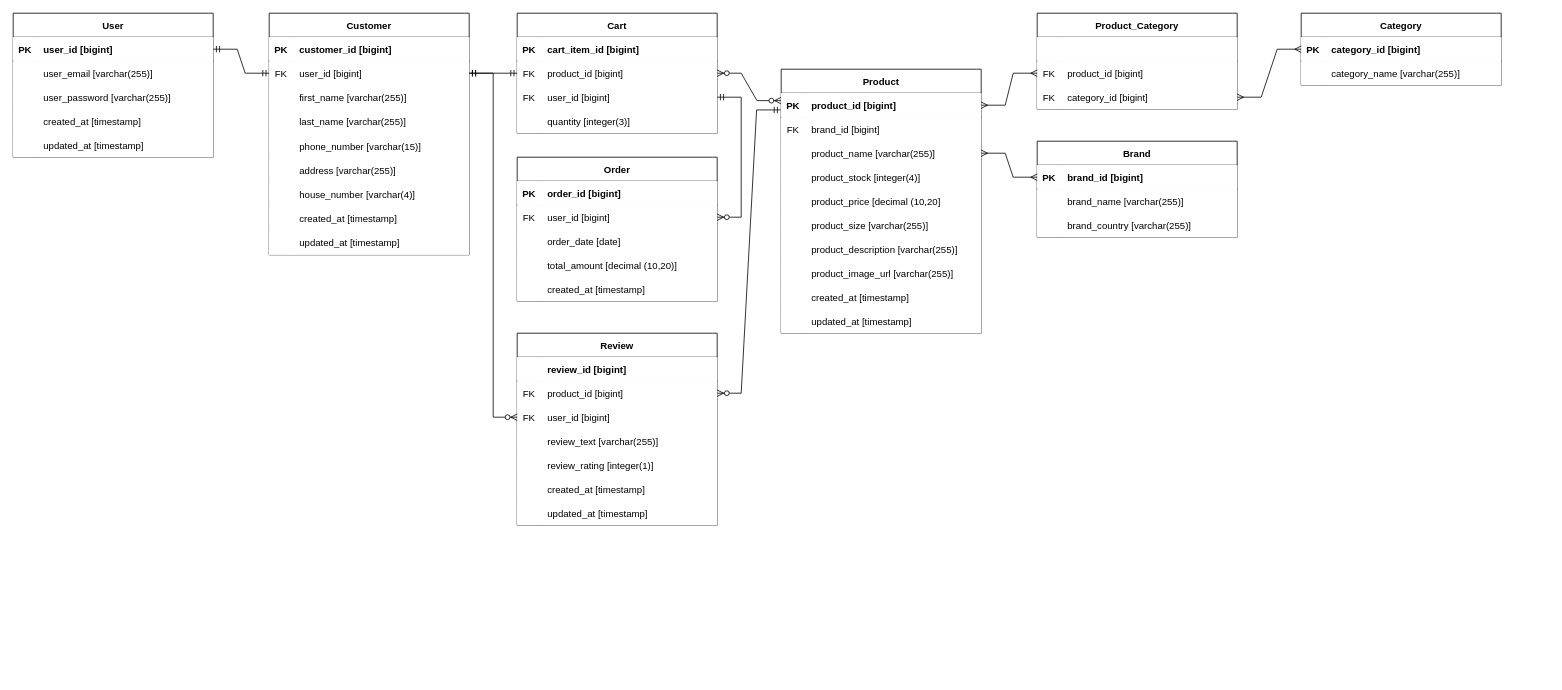
Above: page "ERD" (1 of 2) of docs/Lumina_ERD.drawio in nicholasreinaldo/LuminaEcommerce (draw.io), before the change. Source tidied: cells renumbered, new cells numbered last; positions are measured from the earlier drawing's top-left corner, leaving out a move shared by most shapes. Both pictures are drawn from the tidied source at 80%, with x=0, y=0 at pixel (13, 13).
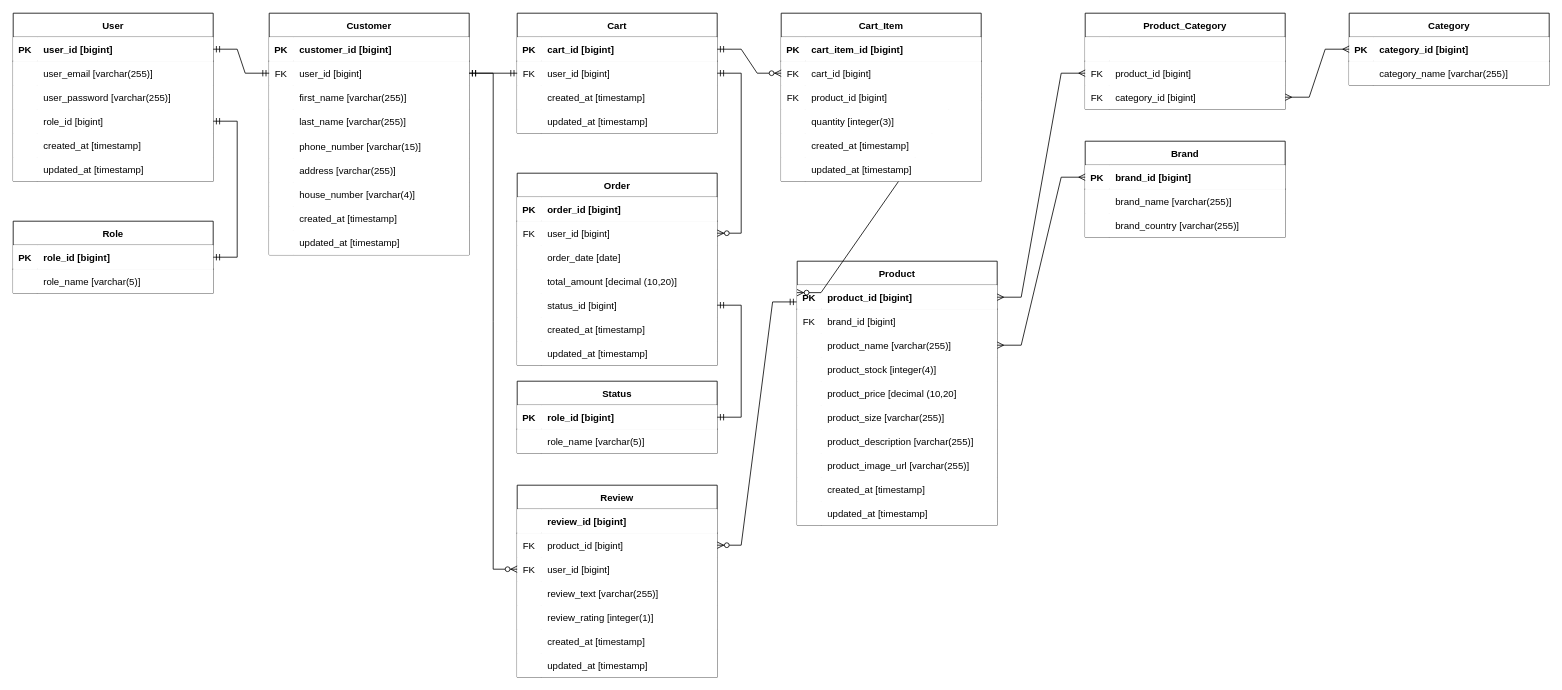
After the change.

The change refers to these unchanged cells:
```xml
<mxCell id="6" style="shape=partialRectangle;fillColor=#FFFFFF;points=[[0,0.5],[1,0.5]];portConstraint=eastwest;top=0;left=0;right=0;bottom=0;" parent="2" vertex="1">
  <mxGeometry y="60" width="250" height="30" as="geometry" />
</mxCell>
<mxCell id="31" style="shape=partialRectangle;fillColor=#FFFFFF;points=[[0,0.5],[1,0.5]];portConstraint=eastwest;top=0;left=0;right=0;bottom=1;" parent="30" vertex="1">
  <mxGeometry y="30" width="250" height="30" as="geometry" />
</mxCell>
<mxCell id="129" value="Cart" style="shape=table;startSize=30;childLayout=tableLayout;rowLines=0;fontStyle=1;align=center;fillColor=#FFFFFF;" parent="1" vertex="1">
  <mxGeometry x="630" width="250" height="150" as="geometry" />
</mxCell>
<mxCell id="130" style="shape=partialRectangle;fillColor=#FFFFFF;points=[[0,0.5],[1,0.5]];portConstraint=eastwest;top=0;left=0;right=0;bottom=1;" parent="129" vertex="1">
  <mxGeometry y="30" width="250" height="30" as="geometry" />
</mxCell>
```

Diff of the diagram source:
```diff
@@
     <mxCell id="30" value="Product" style="shape=table;startSize=30;childLayout=tableLayout;rowLines=0;fontStyle=1;align=center;fillColor=#FFFFFF;" parent="1" vertex="1">
-      <mxGeometry x="960" y="70" width="250" height="330" as="geometry" />
+      <mxGeometry x="980" y="310" width="250" height="330" as="geometry" />
     </mxCell>
@@
     <mxCell id="61" value="User" style="shape=table;startSize=30;childLayout=tableLayout;rowLines=0;fontStyle=1;align=center;fillColor=#FFFFFF;" parent="1" vertex="1">
-      <mxGeometry width="250" height="180" as="geometry" />
+      <mxGeometry width="250" height="210" as="geometry" />
     </mxCell>
@@
+    <mxCell id="164" style="shape=partialRectangle;fillColor=#FFFFFF;points=[[0,0.5],[1,0.5]];portConstraint=eastwest;top=0;left=0;right=0;bottom=0;" parent="61" vertex="1">
+      <mxGeometry y="120" width="250" height="30" as="geometry" />
+    </mxCell>
+    <mxCell id="165" style="shape=partialRectangle;overflow=hidden;fillColor=#FFFFFF;top=0;left=0;bottom=0;right=0;" parent="164" vertex="1">
+      <mxGeometry width="30" height="30" as="geometry" />
+    </mxCell>
+    <mxCell id="166" value="role_id [bigint]" style="shape=partialRectangle;overflow=hidden;fillColor=#FFFFFF;top=0;left=0;bottom=0;right=0;align=left;spacingLeft=6;" parent="164" vertex="1">
+      <mxGeometry x="30" width="220" height="30" as="geometry" />
+    </mxCell>
     <mxCell id="71" style="shape=partialRectangle;fillColor=#FFFFFF;top=0;left=0;right=0;bottom=0;" parent="61" vertex="1">
-      <mxGeometry y="120" width="250" height="30" as="geometry" />
+      <mxGeometry y="150" width="250" height="30" as="geometry" />
     </mxCell>
@@
     <mxCell id="74" style="shape=partialRectangle;fillColor=#FFFFFF;top=0;left=0;right=0;bottom=0;" parent="61" vertex="1">
-      <mxGeometry y="150" width="250" height="30" as="geometry" />
+      <mxGeometry y="180" width="250" height="30" as="geometry" />
     </mxCell>
@@
     <mxCell id="78" value="Category" style="shape=table;startSize=30;childLayout=tableLayout;rowLines=0;fontStyle=1;align=center;fillColor=#FFFFFF;" parent="1" vertex="1">
-      <mxGeometry x="1610" width="250" height="90" as="geometry" />
+      <mxGeometry x="1670" width="250" height="90" as="geometry" />
     </mxCell>
@@
     <mxCell id="85" value="Product_Category" style="shape=table;startSize=30;childLayout=tableLayout;rowLines=0;fontStyle=1;align=center;fillColor=#FFFFFF;" parent="1" vertex="1">
-      <mxGeometry x="1280" width="250" height="120" as="geometry" />
+      <mxGeometry x="1340" width="250" height="120" as="geometry" />
     </mxCell>
@@
     <mxCell id="97" value="Review" style="shape=table;startSize=30;childLayout=tableLayout;rowLines=0;fontStyle=1;align=center;fillColor=#FFFFFF;" parent="1" vertex="1">
-      <mxGeometry x="630" y="400" width="250" height="240" as="geometry" />
+      <mxGeometry x="630" y="590" width="250" height="240" as="geometry" />
     </mxCell>
@@
     <mxCell id="119" value="Brand" style="shape=table;startSize=30;childLayout=tableLayout;rowLines=0;fontStyle=1;align=center;fillColor=#FFFFFF;" parent="1" vertex="1">
-      <mxGeometry x="1280" y="160" width="250" height="120" as="geometry" />
+      <mxGeometry x="1340" y="160" width="250" height="120" as="geometry" />
     </mxCell>
@@
-    <mxCell id="132" value="cart_item_id [bigint]" style="shape=partialRectangle;overflow=hidden;fillColor=#FFFFFF;top=0;left=0;bottom=0;right=0;align=left;spacingLeft=6;fontStyle=1;" parent="130" vertex="1">
+    <mxCell id="132" value="cart_id [bigint]" style="shape=partialRectangle;overflow=hidden;fillColor=#FFFFFF;top=0;left=0;bottom=0;right=0;align=left;spacingLeft=6;fontStyle=1;" parent="130" vertex="1">
       <mxGeometry x="30" width="220" height="30" as="geometry" />
     </mxCell>
-    <mxCell id="133" style="shape=partialRectangle;fillColor=#FFFFFF;points=[[0,0.5],[1,0.5]];portConstraint=eastwest;top=0;left=0;right=0;bottom=0;" parent="129" vertex="1">
-      <mxGeometry y="60" width="250" height="30" as="geometry" />
-    </mxCell>
-    <mxCell id="134" value="FK" style="shape=partialRectangle;overflow=hidden;fillColor=#FFFFFF;top=0;left=0;bottom=0;right=0;" parent="133" vertex="1">
-      <mxGeometry width="30" height="30" as="geometry" />
-    </mxCell>
-    <mxCell id="135" value="product_id [bigint]" style="shape=partialRectangle;overflow=hidden;fillColor=#FFFFFF;top=0;left=0;bottom=0;right=0;align=left;spacingLeft=6;" parent="133" vertex="1">
-      <mxGeometry x="30" width="220" height="30" as="geometry" />
-    </mxCell>
     <mxCell id="136" style="shape=partialRectangle;fillColor=#FFFFFF;points=[[0,0.5],[1,0.5]];portConstraint=eastwest;top=0;left=0;right=0;bottom=0;" parent="129" vertex="1">
-      <mxGeometry y="90" width="250" height="30" as="geometry" />
+      <mxGeometry y="60" width="250" height="30" as="geometry" />
     </mxCell>
@@
     <mxCell id="139" style="shape=partialRectangle;fillColor=#FFFFFF;top=0;left=0;right=0;bottom=0;" parent="129" vertex="1">
-      <mxGeometry y="120" width="250" height="30" as="geometry" />
+      <mxGeometry y="90" width="250" height="30" as="geometry" />
     </mxCell>
@@
-    <mxCell id="141" value="quantity [integer(3)]" style="shape=partialRectangle;overflow=hidden;fillColor=#FFFFFF;top=0;left=0;bottom=0;right=0;align=left;spacingLeft=6;" parent="139" vertex="1">
+    <mxCell id="141" value="created_at [timestamp]" style="shape=partialRectangle;overflow=hidden;fillColor=#FFFFFF;top=0;left=0;bottom=0;right=0;align=left;spacingLeft=6;" parent="139" vertex="1">
       <mxGeometry x="30" width="220" height="30" as="geometry" />
     </mxCell>
+    <mxCell id="167" style="shape=partialRectangle;fillColor=#FFFFFF;top=0;left=0;right=0;bottom=0;" parent="129" vertex="1">
+      <mxGeometry y="120" width="250" height="30" as="geometry" />
+    </mxCell>
+    <mxCell id="168" style="shape=partialRectangle;overflow=hidden;fillColor=#FFFFFF;top=0;left=0;bottom=0;right=0;" parent="167" vertex="1">
+      <mxGeometry width="30" height="30" as="geometry" />
+    </mxCell>
+    <mxCell id="169" value="updated_at [timestamp]" style="shape=partialRectangle;overflow=hidden;fillColor=#FFFFFF;top=0;left=0;bottom=0;right=0;align=left;spacingLeft=6;" parent="167" vertex="1">
+      <mxGeometry x="30" width="220" height="30" as="geometry" />
+    </mxCell>
     <mxCell id="142" value="Order" style="shape=table;startSize=30;childLayout=tableLayout;rowLines=0;fontStyle=1;align=center;fillColor=#FFFFFF;" parent="1" vertex="1">
-      <mxGeometry x="630" y="180" width="250" height="180" as="geometry" />
+      <mxGeometry x="630" y="200" width="250" height="240" as="geometry" />
     </mxCell>
@@
+    <mxCell id="170" style="shape=partialRectangle;fillColor=#FFFFFF;points=[[0,0.5],[1,0.5]];portConstraint=eastwest;top=0;left=0;right=0;bottom=0;" parent="142" vertex="1">
+      <mxGeometry y="150" width="250" height="30" as="geometry" />
+    </mxCell>
+    <mxCell id="171" style="shape=partialRectangle;overflow=hidden;fillColor=#FFFFFF;top=0;left=0;bottom=0;right=0;" parent="170" vertex="1">
+      <mxGeometry width="30" height="30" as="geometry" />
+    </mxCell>
+    <mxCell id="172" value="status_id [bigint]" style="shape=partialRectangle;overflow=hidden;fillColor=#FFFFFF;top=0;left=0;bottom=0;right=0;align=left;spacingLeft=6;" parent="170" vertex="1">
+      <mxGeometry x="30" width="220" height="30" as="geometry" />
+    </mxCell>
+    <mxCell id="173" style="shape=partialRectangle;fillColor=#FFFFFF;top=0;left=0;right=0;bottom=0;" parent="142" vertex="1">
+      <mxGeometry y="180" width="250" height="30" as="geometry" />
+    </mxCell>
+    <mxCell id="174" style="shape=partialRectangle;overflow=hidden;fillColor=#FFFFFF;top=0;left=0;bottom=0;right=0;" parent="173" vertex="1">
+      <mxGeometry width="30" height="30" as="geometry" />
+    </mxCell>
+    <mxCell id="175" value="created_at [timestamp]" style="shape=partialRectangle;overflow=hidden;fillColor=#FFFFFF;top=0;left=0;bottom=0;right=0;align=left;spacingLeft=6;" parent="173" vertex="1">
+      <mxGeometry x="30" width="220" height="30" as="geometry" />
+    </mxCell>
     <mxCell id="155" style="shape=partialRectangle;fillColor=#FFFFFF;top=0;left=0;right=0;bottom=0;" parent="142" vertex="1">
-      <mxGeometry y="150" width="250" height="30" as="geometry" />
+      <mxGeometry y="210" width="250" height="30" as="geometry" />
     </mxCell>
@@
-    <mxCell id="157" value="created_at [timestamp]" style="shape=partialRectangle;overflow=hidden;fillColor=#FFFFFF;top=0;left=0;bottom=0;right=0;align=left;spacingLeft=6;" parent="155" vertex="1">
+    <mxCell id="157" value="updated_at [timestamp]" style="shape=partialRectangle;overflow=hidden;fillColor=#FFFFFF;top=0;left=0;bottom=0;right=0;align=left;spacingLeft=6;" parent="155" vertex="1">
       <mxGeometry x="30" width="220" height="30" as="geometry" />
     </mxCell>
@@
-    <mxCell id="159" style="edgeStyle=entityRelationEdgeStyle;fontSize=12;html=1;endArrow=ERmandOne;startArrow=ERmandOne;rounded=0;entryX=0;entryY=0.5;entryDx=0;entryDy=0;" parent="1" edge="1" source="6" target="129">
+    <mxCell id="159" style="edgeStyle=entityRelationEdgeStyle;fontSize=12;html=1;endArrow=ERmandOne;startArrow=ERmandOne;rounded=0;entryX=0;entryY=0.5;entryDx=0;entryDy=0;" parent="1" edge="1" source="6" target="136">
       <mxGeometry relative="1" as="geometry" />
     </mxCell>
@@
-    <mxCell id="162" style="edgeStyle=entityRelationEdgeStyle;fontSize=12;html=1;endArrow=ERzeroToMany;endFill=1;startArrow=ERzeroToMany;rounded=0;exitX=1;exitY=0.5;exitDx=0;exitDy=0;entryX=-0.001;entryY=0.31;entryDx=0;entryDy=0;entryPerimeter=0;" parent="1" edge="1" source="133" target="31">
-      <mxGeometry relative="1" as="geometry" />
+    <mxCell id="162" style="edgeStyle=entityRelationEdgeStyle;fontSize=12;html=1;endArrow=ERzeroToMany;endFill=1;startArrow=ERzeroToMany;rounded=0;exitX=1;exitY=0.5;exitDx=0;exitDy=0;entryX=-0.001;entryY=0.31;entryDx=0;entryDy=0;entryPerimeter=0;" parent="1" edge="1" source="199" target="31">
+      <mxGeometry relative="1" as="geometry">
+        <Array as="points">
+          <mxPoint x="1240" y="160" />
+          <mxPoint x="940" y="230" />
+          <mxPoint x="1290" y="160" />
+        </Array>
+      </mxGeometry>
     </mxCell>
@@
+    <mxCell id="176" value="Role" style="shape=table;startSize=30;childLayout=tableLayout;rowLines=0;fontStyle=1;align=center;fillColor=#FFFFFF;" parent="1" vertex="1">
+      <mxGeometry y="260" width="250" height="90" as="geometry" />
+    </mxCell>
+    <mxCell id="177" style="shape=partialRectangle;fillColor=#FFFFFF;points=[[0,0.5],[1,0.5]];portConstraint=eastwest;top=0;left=0;right=0;bottom=1;" parent="176" vertex="1">
+      <mxGeometry y="30" width="250" height="30" as="geometry" />
+    </mxCell>
+    <mxCell id="178" value="PK" style="shape=partialRectangle;overflow=hidden;fillColor=#FFFFFF;top=0;left=0;bottom=0;right=0;fontStyle=1;" parent="177" vertex="1">
+      <mxGeometry width="30" height="30" as="geometry" />
+    </mxCell>
+    <mxCell id="179" value="role_id [bigint]" style="shape=partialRectangle;overflow=hidden;fillColor=#FFFFFF;top=0;left=0;bottom=0;right=0;align=left;spacingLeft=6;fontStyle=1;strokeColor=default;" parent="177" vertex="1">
+      <mxGeometry x="30" width="220" height="30" as="geometry" />
+    </mxCell>
+    <mxCell id="180" style="shape=partialRectangle;fillColor=#FFFFFF;top=0;left=0;right=0;bottom=0;" parent="176" vertex="1">
+      <mxGeometry y="60" width="250" height="30" as="geometry" />
+    </mxCell>
+    <mxCell id="181" style="shape=partialRectangle;overflow=hidden;fillColor=#FFFFFF;top=0;left=0;bottom=0;right=0;" parent="180" vertex="1">
+      <mxGeometry width="30" height="30" as="geometry" />
+    </mxCell>
+    <mxCell id="182" value="role_name [varchar(5)]" style="shape=partialRectangle;overflow=hidden;fillColor=#FFFFFF;top=0;left=0;bottom=0;right=0;align=left;spacingLeft=6;" parent="180" vertex="1">
+      <mxGeometry x="30" width="220" height="30" as="geometry" />
+    </mxCell>
+    <mxCell id="183" style="edgeStyle=entityRelationEdgeStyle;fontSize=12;html=1;endArrow=ERmandOne;startArrow=ERmandOne;rounded=0;exitX=1;exitY=0.5;exitDx=0;exitDy=0;entryX=1;entryY=0.5;entryDx=0;entryDy=0;fillColor=#FFFFFF;" parent="1" edge="1" source="164" target="177">
+      <mxGeometry relative="1" as="geometry" />
+    </mxCell>
+    <mxCell id="184" value="Status" style="shape=table;startSize=30;childLayout=tableLayout;rowLines=0;fontStyle=1;align=center;fillColor=#FFFFFF;" parent="1" vertex="1">
+      <mxGeometry x="630" y="460" width="250" height="90" as="geometry" />
+    </mxCell>
+    <mxCell id="185" style="shape=partialRectangle;fillColor=#FFFFFF;points=[[0,0.5],[1,0.5]];portConstraint=eastwest;top=0;left=0;right=0;bottom=1;" parent="184" vertex="1">
+      <mxGeometry y="30" width="250" height="30" as="geometry" />
+    </mxCell>
+    <mxCell id="186" value="PK" style="shape=partialRectangle;overflow=hidden;fillColor=#FFFFFF;top=0;left=0;bottom=0;right=0;fontStyle=1;" parent="185" vertex="1">
+      <mxGeometry width="30" height="30" as="geometry" />
+    </mxCell>
+    <mxCell id="187" value="role_id [bigint]" style="shape=partialRectangle;overflow=hidden;fillColor=#FFFFFF;top=0;left=0;bottom=0;right=0;align=left;spacingLeft=6;fontStyle=1;strokeColor=default;" parent="185" vertex="1">
+      <mxGeometry x="30" width="220" height="30" as="geometry" />
+    </mxCell>
+    <mxCell id="188" style="shape=partialRectangle;fillColor=#FFFFFF;top=0;left=0;right=0;bottom=0;" parent="184" vertex="1">
+      <mxGeometry y="60" width="250" height="30" as="geometry" />
+    </mxCell>
+    <mxCell id="189" style="shape=partialRectangle;overflow=hidden;fillColor=#FFFFFF;top=0;left=0;bottom=0;right=0;" parent="188" vertex="1">
+      <mxGeometry width="30" height="30" as="geometry" />
+    </mxCell>
+    <mxCell id="190" value="role_name [varchar(5)]" style="shape=partialRectangle;overflow=hidden;fillColor=#FFFFFF;top=0;left=0;bottom=0;right=0;align=left;spacingLeft=6;" parent="188" vertex="1">
+      <mxGeometry x="30" width="220" height="30" as="geometry" />
+    </mxCell>
+    <mxCell id="191" style="edgeStyle=entityRelationEdgeStyle;fontSize=12;html=1;endArrow=ERmandOne;startArrow=ERmandOne;rounded=0;entryX=1;entryY=0.5;entryDx=0;entryDy=0;fillColor=#FFFFFF;" parent="1" edge="1" source="170" target="185">
+      <mxGeometry relative="1" as="geometry" />
+    </mxCell>
+    <mxCell id="192" value="Cart_Item" style="shape=table;startSize=30;childLayout=tableLayout;rowLines=0;fontStyle=1;align=center;fillColor=#FFFFFF;" parent="1" vertex="1">
+      <mxGeometry x="960" width="250" height="210" as="geometry" />
+    </mxCell>
+    <mxCell id="193" style="shape=partialRectangle;fillColor=#FFFFFF;top=0;left=0;right=0;bottom=1;" parent="192" vertex="1">
+      <mxGeometry y="30" width="250" height="30" as="geometry" />
+    </mxCell>
+    <mxCell id="194" value="PK" style="shape=partialRectangle;overflow=hidden;fillColor=#FFFFFF;top=0;left=0;bottom=0;right=0;fontStyle=1;" parent="193" vertex="1">
+      <mxGeometry width="30" height="30" as="geometry" />
+    </mxCell>
+    <mxCell id="195" value="cart_item_id [bigint]" style="shape=partialRectangle;overflow=hidden;fillColor=#FFFFFF;top=0;left=0;bottom=0;right=0;align=left;spacingLeft=6;fontStyle=1;" parent="193" vertex="1">
+      <mxGeometry x="30" width="220" height="30" as="geometry" />
+    </mxCell>
+    <mxCell id="196" style="shape=partialRectangle;fillColor=#FFFFFF;points=[[0,0.5],[1,0.5]];portConstraint=eastwest;top=0;left=0;right=0;bottom=0;" parent="192" vertex="1">
+      <mxGeometry y="60" width="250" height="30" as="geometry" />
+    </mxCell>
+    <mxCell id="197" value="FK" style="shape=partialRectangle;overflow=hidden;fillColor=#FFFFFF;top=0;left=0;bottom=0;right=0;" parent="196" vertex="1">
+      <mxGeometry width="30" height="30" as="geometry" />
+    </mxCell>
+    <mxCell id="198" value="cart_id [bigint]" style="shape=partialRectangle;overflow=hidden;fillColor=#FFFFFF;top=0;left=0;bottom=0;right=0;align=left;spacingLeft=6;" parent="196" vertex="1">
+      <mxGeometry x="30" width="220" height="30" as="geometry" />
+    </mxCell>
+    <mxCell id="199" style="shape=partialRectangle;fillColor=#FFFFFF;points=[[0,0.5],[1,0.5]];portConstraint=eastwest;top=0;left=0;right=0;bottom=0;" parent="192" vertex="1">
+      <mxGeometry y="90" width="250" height="30" as="geometry" />
+    </mxCell>
+    <mxCell id="200" value="FK" style="shape=partialRectangle;overflow=hidden;fillColor=#FFFFFF;top=0;left=0;bottom=0;right=0;" parent="199" vertex="1">
+      <mxGeometry width="30" height="30" as="geometry" />
+    </mxCell>
+    <mxCell id="135" value="product_id [bigint]" style="shape=partialRectangle;overflow=hidden;fillColor=#FFFFFF;top=0;left=0;bottom=0;right=0;align=left;spacingLeft=6;" parent="199" vertex="1">
+      <mxGeometry x="30" width="220" height="30" as="geometry" />
+    </mxCell>
+    <mxCell id="201" style="shape=partialRectangle;fillColor=#FFFFFF;top=0;left=0;right=0;bottom=0;" parent="192" vertex="1">
+      <mxGeometry y="120" width="250" height="30" as="geometry" />
+    </mxCell>
+    <mxCell id="202" style="shape=partialRectangle;overflow=hidden;fillColor=#FFFFFF;top=0;left=0;bottom=0;right=0;" parent="201" vertex="1">
+      <mxGeometry width="30" height="30" as="geometry" />
+    </mxCell>
+    <mxCell id="203" value="quantity [integer(3)]" style="shape=partialRectangle;overflow=hidden;fillColor=#FFFFFF;top=0;left=0;bottom=0;right=0;align=left;spacingLeft=6;" parent="201" vertex="1">
+      <mxGeometry x="30" width="220" height="30" as="geometry" />
+    </mxCell>
+    <mxCell id="204" style="shape=partialRectangle;fillColor=#FFFFFF;top=0;left=0;right=0;bottom=0;" parent="192" vertex="1">
+      <mxGeometry y="150" width="250" height="30" as="geometry" />
+    </mxCell>
+    <mxCell id="205" style="shape=partialRectangle;overflow=hidden;fillColor=#FFFFFF;top=0;left=0;bottom=0;right=0;" parent="204" vertex="1">
+      <mxGeometry width="30" height="30" as="geometry" />
+    </mxCell>
+    <mxCell id="206" value="created_at [timestamp]" style="shape=partialRectangle;overflow=hidden;fillColor=#FFFFFF;top=0;left=0;bottom=0;right=0;align=left;spacingLeft=6;" parent="204" vertex="1">
+      <mxGeometry x="30" width="220" height="30" as="geometry" />
+    </mxCell>
+    <mxCell id="207" style="shape=partialRectangle;fillColor=#FFFFFF;top=0;left=0;right=0;bottom=0;" parent="192" vertex="1">
+      <mxGeometry y="180" width="250" height="30" as="geometry" />
+    </mxCell>
+    <mxCell id="208" style="shape=partialRectangle;overflow=hidden;fillColor=#FFFFFF;top=0;left=0;bottom=0;right=0;" parent="207" vertex="1">
+      <mxGeometry width="30" height="30" as="geometry" />
+    </mxCell>
+    <mxCell id="209" value="updated_at [timestamp]" style="shape=partialRectangle;overflow=hidden;fillColor=#FFFFFF;top=0;left=0;bottom=0;right=0;align=left;spacingLeft=6;" parent="207" vertex="1">
+      <mxGeometry x="30" width="220" height="30" as="geometry" />
+    </mxCell>
+    <mxCell id="210" style="edgeStyle=entityRelationEdgeStyle;fontSize=12;html=1;endArrow=ERzeroToMany;startArrow=ERmandOne;rounded=0;exitX=1;exitY=0.5;exitDx=0;exitDy=0;entryX=0;entryY=0.5;entryDx=0;entryDy=0;" parent="1" edge="1" source="130" target="196">
+      <mxGeometry relative="1" as="geometry" />
+    </mxCell>
```
